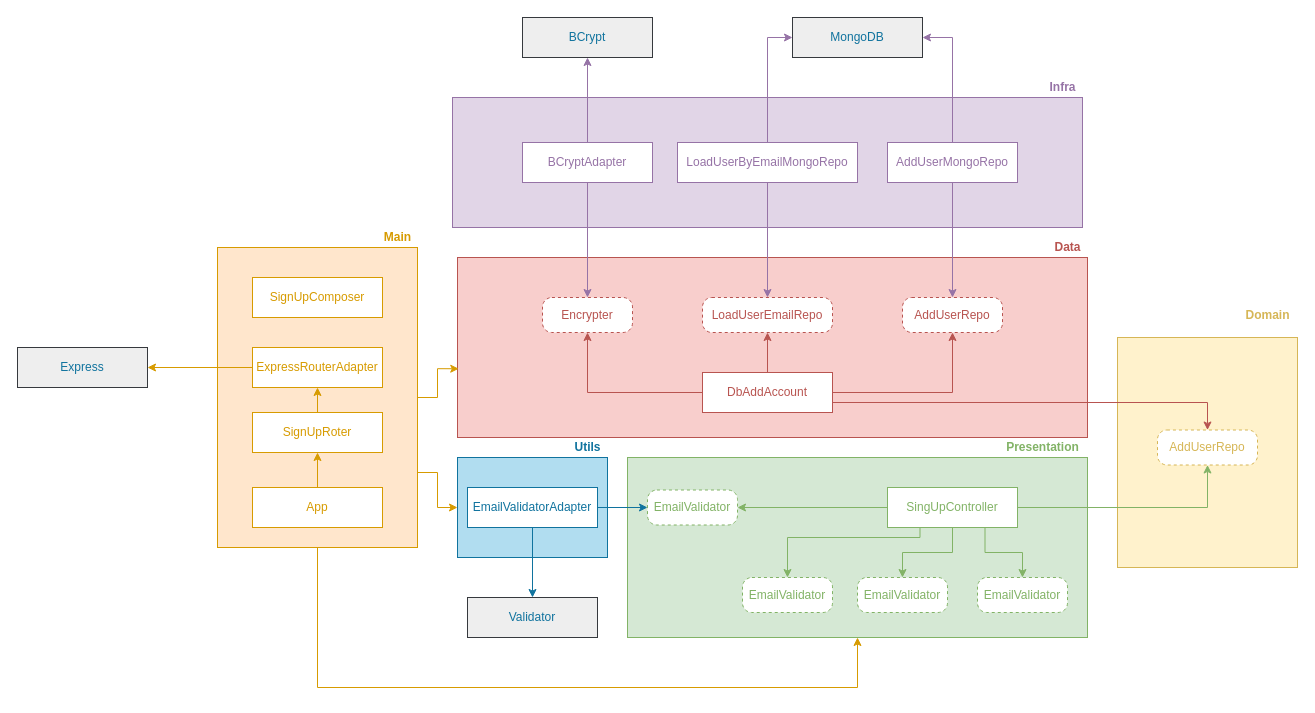
Earlier version of the draw.io diagram Untitled Diagram.drawio (thg021/cleanArchitecture). Source tidied: cells renumbered, new cells numbered last; positions are measured from the earlier drawing's top-left corner, leaving out a move shared by most shapes. Both pictures are drawn from the tidied source at 100%, with x=0, y=0 at pixel (17, 17).
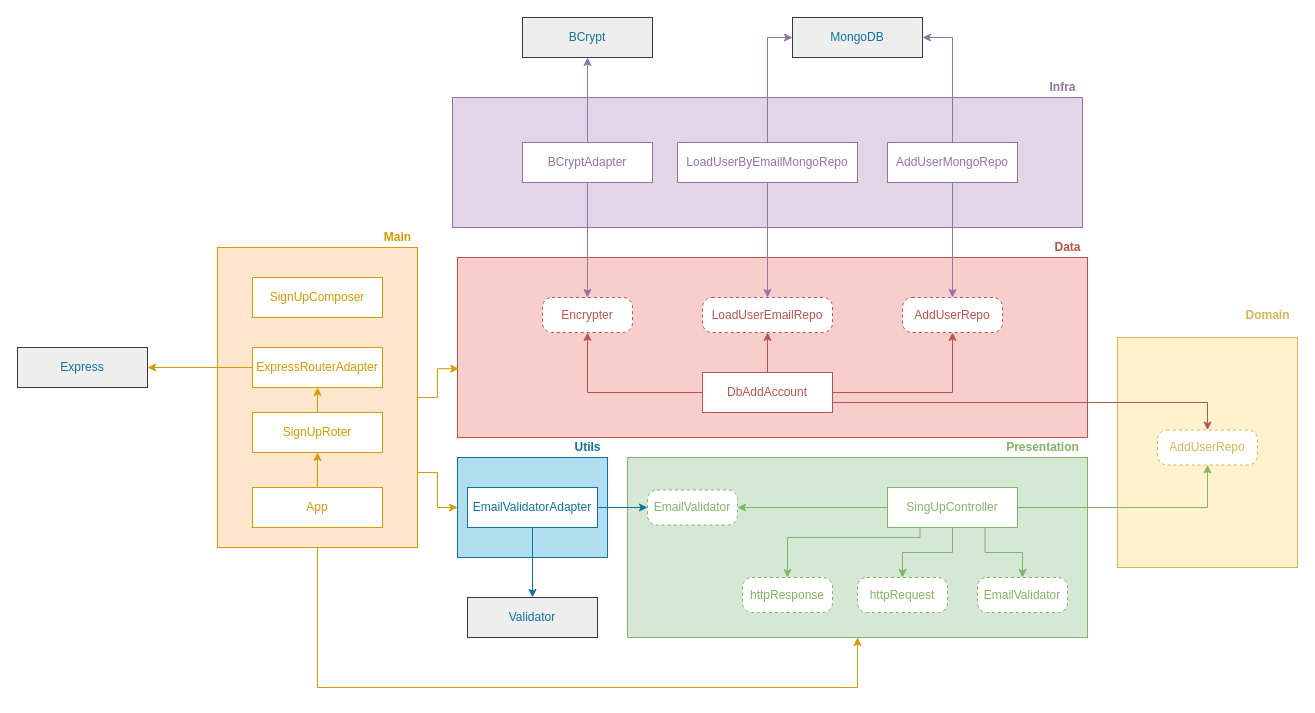
The same page after the edit.

Commit message:
Update presentation https request e response

The edit, as a diff of the source:
```diff
@@
-    <mxCell id="22" value="EmailValidator" style="rounded=1;whiteSpace=wrap;html=1;dashed=1;arcSize=27;labelBackgroundColor=none;fontColor=#82B366;strokeColor=#82B366;" parent="1" vertex="1">
+    <mxCell id="22" value="httpRequest" style="rounded=1;whiteSpace=wrap;html=1;dashed=1;arcSize=27;labelBackgroundColor=none;fontColor=#82B366;strokeColor=#82B366;" parent="1" vertex="1">
       <mxGeometry x="840" y="560" width="90" height="35" as="geometry" />
     </mxCell>
-    <mxCell id="23" value="EmailValidator" style="rounded=1;whiteSpace=wrap;html=1;dashed=1;arcSize=27;labelBackgroundColor=none;fontColor=#82B366;strokeColor=#82B366;" parent="1" vertex="1">
+    <mxCell id="23" value="httpResponse" style="rounded=1;whiteSpace=wrap;html=1;dashed=1;arcSize=27;labelBackgroundColor=none;fontColor=#82B366;strokeColor=#82B366;" parent="1" vertex="1">
       <mxGeometry x="725" y="560" width="90" height="35" as="geometry" />
     </mxCell>
```
